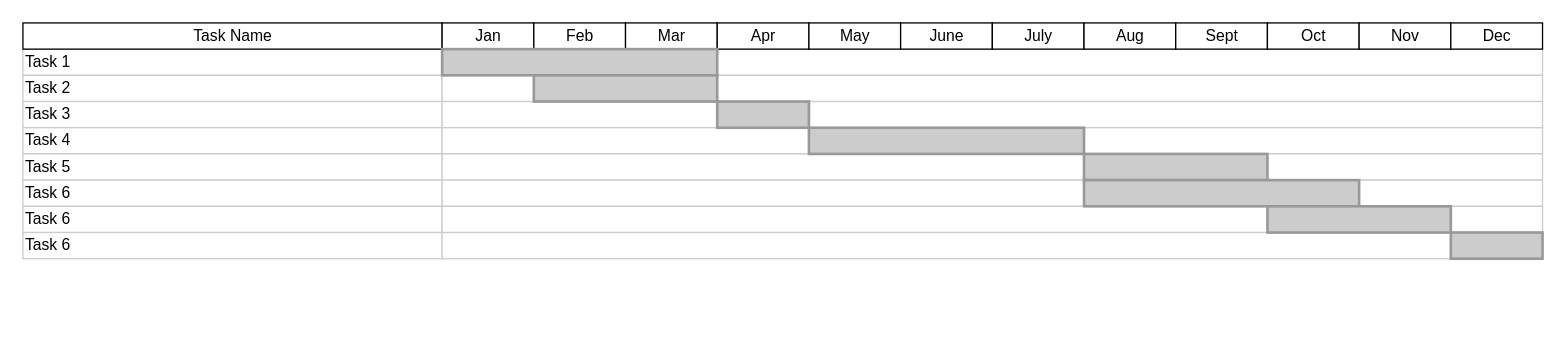
This is 未命名绘图.drawio from jokersab/daily-lanqiao, a draw.io file, before an edit. Source tidied: cells renumbered, new cells numbered last; positions are measured from the earlier drawing's top-left corner, leaving out a move shared by most shapes. Both pictures are drawn from the tidied source at 131%, with x=0, y=0 at pixel (22, 22).
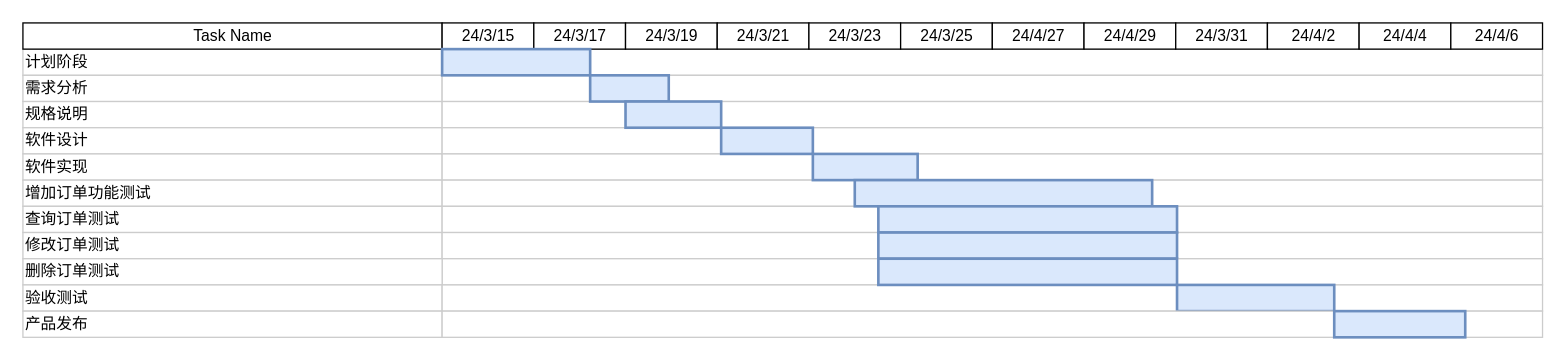
The same page after the edit.

Diff of the diagram source:
```diff
@@
-    <mxCell id="2" value="Task 1" style="align=left;strokeColor=#CCCCCC;html=1;" parent="1" vertex="1">
+    <mxCell id="2" value="计划阶段" style="align=left;strokeColor=#CCCCCC;html=1;" parent="1" vertex="1">
       <mxGeometry y="20" width="320" height="20" as="geometry" />
     </mxCell>
-    <mxCell id="3" value="Task 2" style="align=left;strokeColor=#CCCCCC;html=1;" parent="1" vertex="1">
+    <mxCell id="3" value="需求分析" style="align=left;strokeColor=#CCCCCC;html=1;" parent="1" vertex="1">
       <mxGeometry y="40" width="320" height="20" as="geometry" />
     </mxCell>
-    <mxCell id="4" value="Task 3" style="align=left;strokeColor=#CCCCCC;html=1;" parent="1" vertex="1">
+    <mxCell id="4" value="规格说明" style="align=left;strokeColor=#CCCCCC;html=1;" parent="1" vertex="1">
       <mxGeometry y="60" width="320" height="20" as="geometry" />
     </mxCell>
-    <mxCell id="5" value="Task 4" style="align=left;strokeColor=#CCCCCC;html=1;" parent="1" vertex="1">
+    <mxCell id="5" value="软件设计" style="align=left;strokeColor=#CCCCCC;html=1;" parent="1" vertex="1">
       <mxGeometry y="80" width="320" height="20" as="geometry" />
     </mxCell>
-    <mxCell id="6" value="Task 5" style="align=left;strokeColor=#CCCCCC;html=1;" parent="1" vertex="1">
+    <mxCell id="6" value="软件实现" style="align=left;strokeColor=#CCCCCC;html=1;" parent="1" vertex="1">
       <mxGeometry y="100" width="320" height="20" as="geometry" />
     </mxCell>
-    <mxCell id="7" value="Task 6" style="align=left;strokeColor=#CCCCCC;html=1;" parent="1" vertex="1">
+    <mxCell id="7" value="增加订单功能测试" style="align=left;strokeColor=#CCCCCC;html=1;" parent="1" vertex="1">
       <mxGeometry y="120" width="320" height="20" as="geometry" />
     </mxCell>
@@
-    <mxCell id="9" value="Task 6" style="align=left;strokeColor=#CCCCCC;html=1;" parent="1" vertex="1">
+    <mxCell id="9" value="查询订单测试" style="align=left;strokeColor=#CCCCCC;html=1;" parent="1" vertex="1">
       <mxGeometry y="140" width="320" height="20" as="geometry" />
     </mxCell>
-    <mxCell id="10" value="Task 6" style="align=left;strokeColor=#CCCCCC;html=1;" parent="1" vertex="1">
+    <mxCell id="10" value="修改订单测试" style="align=left;strokeColor=#CCCCCC;html=1;" parent="1" vertex="1">
       <mxGeometry y="160" width="320" height="20" as="geometry" />
     </mxCell>
@@
-    <mxCell id="12" value="Jan" style="strokeWidth=1;fontStyle=0;html=1;" parent="1" vertex="1">
+    <mxCell id="12" value="24/3/15" style="strokeWidth=1;fontStyle=0;html=1;" parent="1" vertex="1">
       <mxGeometry x="320" width="70" height="20" as="geometry" />
     </mxCell>
-    <mxCell id="13" value="Feb" style="strokeWidth=1;fontStyle=0;html=1;" parent="1" vertex="1">
+    <mxCell id="13" value="24/3/17" style="strokeWidth=1;fontStyle=0;html=1;" parent="1" vertex="1">
       <mxGeometry x="390" width="70" height="20" as="geometry" />
     </mxCell>
-    <mxCell id="14" value="Mar" style="strokeWidth=1;fontStyle=0;html=1;" parent="1" vertex="1">
+    <mxCell id="14" value="24/3/19" style="strokeWidth=1;fontStyle=0;html=1;" parent="1" vertex="1">
       <mxGeometry x="460" width="70" height="20" as="geometry" />
     </mxCell>
-    <mxCell id="15" value="Apr" style="strokeWidth=1;fontStyle=0;html=1;" parent="1" vertex="1">
+    <mxCell id="15" value="24/3/21" style="strokeWidth=1;fontStyle=0;html=1;" parent="1" vertex="1">
       <mxGeometry x="530" width="70" height="20" as="geometry" />
     </mxCell>
-    <mxCell id="16" value="May" style="strokeWidth=1;fontStyle=0;html=1;" parent="1" vertex="1">
+    <mxCell id="16" value="24/3/23" style="strokeWidth=1;fontStyle=0;html=1;" parent="1" vertex="1">
       <mxGeometry x="600" width="70" height="20" as="geometry" />
     </mxCell>
-    <mxCell id="17" value="June" style="strokeWidth=1;fontStyle=0;html=1;" parent="1" vertex="1">
+    <mxCell id="17" value="24/3/25" style="strokeWidth=1;fontStyle=0;html=1;" parent="1" vertex="1">
       <mxGeometry x="670" width="70" height="20" as="geometry" />
     </mxCell>
-    <mxCell id="18" value="July" style="strokeWidth=1;fontStyle=0;html=1;" parent="1" vertex="1">
+    <mxCell id="18" value="24/4/27" style="strokeWidth=1;fontStyle=0;html=1;" parent="1" vertex="1">
       <mxGeometry x="740" width="70" height="20" as="geometry" />
     </mxCell>
-    <mxCell id="19" value="Aug" style="strokeWidth=1;fontStyle=0;html=1;" parent="1" vertex="1">
+    <mxCell id="19" value="24/4/29" style="strokeWidth=1;fontStyle=0;html=1;" parent="1" vertex="1">
       <mxGeometry x="810" width="70" height="20" as="geometry" />
     </mxCell>
-    <mxCell id="20" value="Sept" style="strokeWidth=1;fontStyle=0;html=1;" parent="1" vertex="1">
+    <mxCell id="20" value="24/3/31" style="strokeWidth=1;fontStyle=0;html=1;" parent="1" vertex="1">
       <mxGeometry x="880" width="70" height="20" as="geometry" />
     </mxCell>
-    <mxCell id="21" value="Oct" style="strokeWidth=1;fontStyle=0;html=1;" parent="1" vertex="1">
+    <mxCell id="21" value="24/4/2" style="strokeWidth=1;fontStyle=0;html=1;" parent="1" vertex="1">
       <mxGeometry x="950" width="70" height="20" as="geometry" />
     </mxCell>
-    <mxCell id="22" value="Nov" style="strokeWidth=1;fontStyle=0;html=1;" parent="1" vertex="1">
+    <mxCell id="22" value="24/4/4" style="strokeWidth=1;fontStyle=0;html=1;" parent="1" vertex="1">
       <mxGeometry x="1020" width="70" height="20" as="geometry" />
     </mxCell>
-    <mxCell id="23" value="Dec" style="strokeWidth=1;fontStyle=0;html=1;" parent="1" vertex="1">
+    <mxCell id="23" value="24/4/6" style="strokeWidth=1;fontStyle=0;html=1;" parent="1" vertex="1">
       <mxGeometry x="1090" width="70" height="20" as="geometry" />
     </mxCell>
@@
-    <mxCell id="31" style="whiteSpace=wrap;html=1;strokeWidth=2;fillColor=#CCCCCC;gradientColor=none;fontSize=14;align=center;strokeColor=#999999;" parent="1" vertex="1">
-      <mxGeometry x="320" y="20" width="210" height="20" as="geometry" />
+    <mxCell id="31" style="whiteSpace=wrap;html=1;strokeWidth=2;fillColor=#dae8fc;fontSize=14;align=center;strokeColor=#6c8ebf;" parent="1" vertex="1">
+      <mxGeometry x="320" y="20" width="113" height="20" as="geometry" />
     </mxCell>
-    <mxCell id="32" style="whiteSpace=wrap;html=1;strokeWidth=2;fillColor=#CCCCCC;gradientColor=none;fontSize=14;align=center;strokeColor=#999999;" parent="1" vertex="1">
-      <mxGeometry x="390" y="40" width="140" height="20" as="geometry" />
+    <mxCell id="32" style="whiteSpace=wrap;html=1;strokeWidth=2;fillColor=#DAE8FC;fontSize=14;align=center;strokeColor=#6c8ebf;fillStyle=auto;" parent="1" vertex="1">
+      <mxGeometry x="433" y="40" width="60" height="20" as="geometry" />
     </mxCell>
-    <mxCell id="33" style="whiteSpace=wrap;html=1;strokeWidth=2;fillColor=#CCCCCC;gradientColor=none;fontSize=14;align=center;strokeColor=#999999;" parent="1" vertex="1">
-      <mxGeometry x="530" y="60" width="70" height="20" as="geometry" />
+    <mxCell id="33" style="whiteSpace=wrap;html=1;strokeWidth=2;fillColor=#dae8fc;fontSize=14;align=center;strokeColor=#6c8ebf;" parent="1" vertex="1">
+      <mxGeometry x="460" y="60" width="73" height="20" as="geometry" />
     </mxCell>
-    <mxCell id="34" style="whiteSpace=wrap;html=1;strokeWidth=2;fillColor=#CCCCCC;gradientColor=none;fontSize=14;align=center;strokeColor=#999999;" parent="1" vertex="1">
-      <mxGeometry x="600" y="80" width="210" height="20" as="geometry" />
+    <mxCell id="34" style="whiteSpace=wrap;html=1;strokeWidth=2;fillColor=#dae8fc;fontSize=14;align=center;strokeColor=#6c8ebf;" parent="1" vertex="1">
+      <mxGeometry x="533" y="80" width="70" height="20" as="geometry" />
     </mxCell>
-    <mxCell id="35" style="whiteSpace=wrap;html=1;strokeWidth=2;fillColor=#CCCCCC;gradientColor=none;fontSize=14;align=center;strokeColor=#999999;" parent="1" vertex="1">
-      <mxGeometry x="810" y="100" width="140" height="20" as="geometry" />
+    <mxCell id="35" style="whiteSpace=wrap;html=1;strokeWidth=2;fillColor=#dae8fc;fontSize=14;align=center;strokeColor=#6c8ebf;" parent="1" vertex="1">
+      <mxGeometry x="603" y="100" width="80" height="20" as="geometry" />
     </mxCell>
-    <mxCell id="36" style="whiteSpace=wrap;html=1;strokeWidth=2;fillColor=#CCCCCC;gradientColor=none;fontSize=14;align=center;strokeColor=#999999;" parent="1" vertex="1">
-      <mxGeometry x="810" y="120" width="210" height="20" as="geometry" />
+    <mxCell id="36" style="whiteSpace=wrap;html=1;strokeWidth=2;fillColor=#dae8fc;fontSize=14;align=center;strokeColor=#6c8ebf;" parent="1" vertex="1">
+      <mxGeometry x="635" y="120" width="227" height="20" as="geometry" />
     </mxCell>
-    <mxCell id="37" style="whiteSpace=wrap;html=1;strokeWidth=2;fillColor=#CCCCCC;gradientColor=none;fontSize=14;align=center;strokeColor=#999999;" parent="1" vertex="1">
-      <mxGeometry x="950" y="140" width="140" height="20" as="geometry" />
+    <mxCell id="37" style="whiteSpace=wrap;html=1;strokeWidth=2;fillColor=#dae8fc;fontSize=14;align=center;strokeColor=#6c8ebf;" parent="1" vertex="1">
+      <mxGeometry x="653" y="140" width="228" height="20" as="geometry" />
     </mxCell>
-    <mxCell id="38" style="whiteSpace=wrap;html=1;strokeWidth=2;fillColor=#CCCCCC;gradientColor=none;fontSize=14;align=center;strokeColor=#999999;" parent="1" vertex="1">
-      <mxGeometry x="1090" y="160" width="70" height="20" as="geometry" />
+    <mxCell id="38" style="whiteSpace=wrap;html=1;strokeWidth=2;fillColor=#dae8fc;fontSize=14;align=center;strokeColor=#6c8ebf;" parent="1" vertex="1">
+      <mxGeometry x="653" y="160" width="228" height="20" as="geometry" />
     </mxCell>
+    <mxCell id="39" style="align=left;strokeColor=#CCCCCC;html=1;" parent="1" vertex="1">
+      <mxGeometry x="320" y="180" width="840" height="20" as="geometry" />
+    </mxCell>
+    <mxCell id="40" value="删除订单测试" style="align=left;strokeColor=#CCCCCC;html=1;" parent="1" vertex="1">
+      <mxGeometry y="180" width="320" height="20" as="geometry" />
+    </mxCell>
+    <mxCell id="41" value="验收测试" style="align=left;strokeColor=#CCCCCC;html=1;" parent="1" vertex="1">
+      <mxGeometry y="200" width="320" height="20" as="geometry" />
+    </mxCell>
+    <mxCell id="42" style="align=left;strokeColor=#CCCCCC;html=1;" parent="1" vertex="1">
+      <mxGeometry x="320" y="200" width="840" height="20" as="geometry" />
+    </mxCell>
+    <mxCell id="43" style="whiteSpace=wrap;html=1;strokeWidth=2;fillColor=#dae8fc;fontSize=14;align=center;strokeColor=#6c8ebf;" parent="1" vertex="1">
+      <mxGeometry x="653" y="180" width="228" height="20" as="geometry" />
+    </mxCell>
+    <mxCell id="44" style="whiteSpace=wrap;html=1;strokeWidth=2;fillColor=#dae8fc;fontSize=14;align=center;strokeColor=#6c8ebf;" parent="1" vertex="1">
+      <mxGeometry x="881" y="200" width="120" height="20" as="geometry" />
+    </mxCell>
+    <mxCell id="45" value="产品发布" style="align=left;strokeColor=#CCCCCC;html=1;" parent="1" vertex="1">
+      <mxGeometry y="220" width="320" height="20" as="geometry" />
+    </mxCell>
+    <mxCell id="46" style="align=left;strokeColor=#CCCCCC;html=1;" parent="1" vertex="1">
+      <mxGeometry x="320" y="220" width="840" height="20" as="geometry" />
+    </mxCell>
+    <mxCell id="47" style="whiteSpace=wrap;html=1;strokeWidth=2;fillColor=#dae8fc;fontSize=14;align=center;strokeColor=#6c8ebf;" parent="1" vertex="1">
+      <mxGeometry x="1001" y="220" width="100" height="20" as="geometry" />
+    </mxCell>
```
